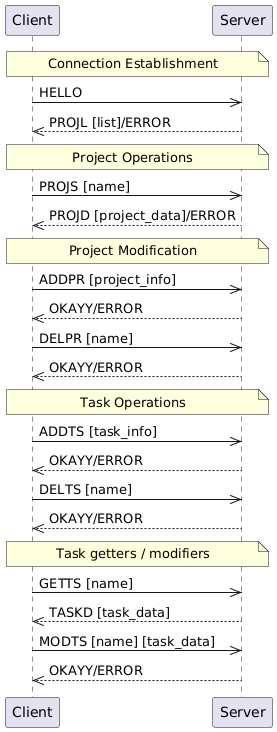
nairod22/ProjectManager keeps this PlantUML diagram as protocol-diagram.png. Above is the earlier version.
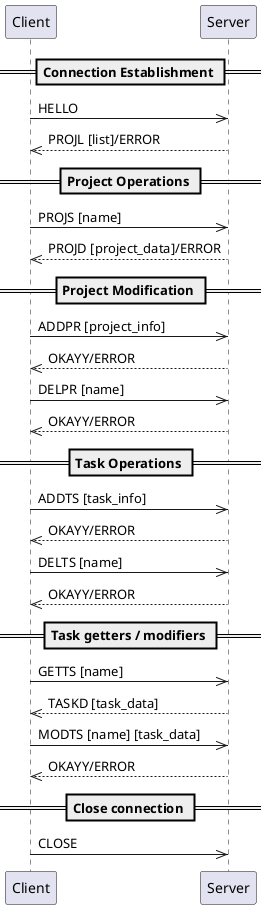
Above is the later version.

Commit message:
added close message

Diff of the diagram source:
```diff
@@ -2,33 +2,37 @@
 participant Client
     participant Server
 
-    Note over Client,Server: Connection Establishment
+    == Connection Establishment ==
     Client->>Server: HELLO
     Server-->>Client: PROJL [list]/ERROR
 
-    Note over Client,Server: Project Operations
+    == Project Operations ==
     Client->>Server: PROJS [name]
 
     Server-->>Client: PROJD [project_data]/ERROR
 
-    Note over Client,Server: Project Modification
+    == Project Modification ==
     Client->>Server: ADDPR [project_info]
     Server-->>Client: OKAYY/ERROR
 
     Client->>Server: DELPR [name]
     Server-->>Client: OKAYY/ERROR
 
-    Note over Client,Server: Task Operations
+    == Task Operations ==
     Client->>Server: ADDTS [task_info]
     Server-->>Client: OKAYY/ERROR
 
     Client->>Server: DELTS [name]
     Server-->>Client: OKAYY/ERROR
 
-    Note over Client,Server: Task getters / modifiers
+    == Task getters / modifiers ==
     Client->>Server: GETTS [name]
     Server-->>Client: TASKD [task_data]
 
     Client->>Server: MODTS [name] [task_data]
     Server-->>Client: OKAYY/ERROR
+
+	== Close connection ==
+	Client->>Server: CLOSE
+
 @enduml
```
